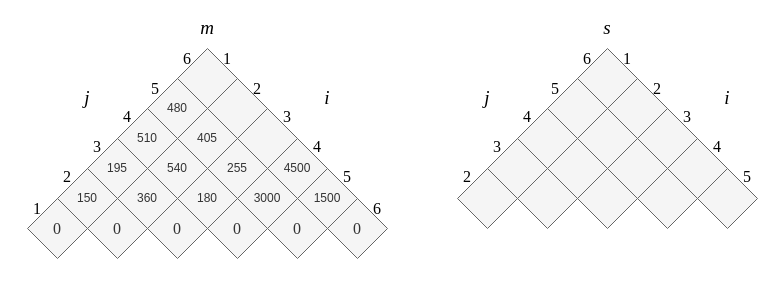
Above: HW10/HW10_Q1.drawio in edwardayala/Diagrams (draw.io), before the change. Source tidied: cells renumbered, new cells numbered last; positions are measured from the earlier drawing's top-left corner, leaving out a move shared by most shapes. Both pictures are drawn from the tidied source at 100%, with x=0, y=0 at pixel (17, 18).
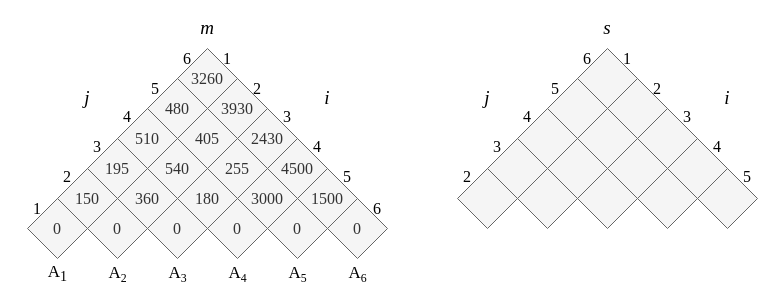
Above is the later version.

What changed in the source:
```diff
@@
-    <mxCell id="2" style="rhombus;whiteSpace=wrap;html=1;fillColor=#f5f5f5;strokeColor=#666666;fontColor=#333333;" parent="1" vertex="1">
+    <mxCell id="2" value="3260" style="rhombus;whiteSpace=wrap;html=1;fillColor=#f5f5f5;strokeColor=#666666;fontColor=#333333;fontFamily=Times New Roman;fontSize=16;" parent="1" vertex="1">
       <mxGeometry x="160" y="30" width="60" height="60" as="geometry" />
     </mxCell>
-    <mxCell id="3" style="rhombus;whiteSpace=wrap;html=1;fillColor=#f5f5f5;strokeColor=#666666;fontColor=#333333;" parent="1" vertex="1">
+    <mxCell id="3" value="3930" style="rhombus;whiteSpace=wrap;html=1;fillColor=#f5f5f5;strokeColor=#666666;fontColor=#333333;fontFamily=Times New Roman;fontSize=16;" parent="1" vertex="1">
       <mxGeometry x="190" y="60" width="60" height="60" as="geometry" />
     </mxCell>
-    <mxCell id="4" style="rhombus;whiteSpace=wrap;html=1;fillColor=#f5f5f5;strokeColor=#666666;fontColor=#333333;" parent="1" vertex="1">
+    <mxCell id="4" value="2430" style="rhombus;whiteSpace=wrap;html=1;fillColor=#f5f5f5;strokeColor=#666666;fontColor=#333333;fontFamily=Times New Roman;fontSize=16;" parent="1" vertex="1">
       <mxGeometry x="220" y="90" width="60" height="60" as="geometry" />
     </mxCell>
-    <mxCell id="5" value="4500" style="rhombus;whiteSpace=wrap;html=1;fillColor=#f5f5f5;strokeColor=#666666;fontColor=#333333;" parent="1" vertex="1">
+    <mxCell id="5" value="4500" style="rhombus;whiteSpace=wrap;html=1;fillColor=#f5f5f5;strokeColor=#666666;fontColor=#333333;fontFamily=Times New Roman;fontSize=16;" parent="1" vertex="1">
       <mxGeometry x="250" y="120" width="60" height="60" as="geometry" />
     </mxCell>
-    <mxCell id="6" value="1500" style="rhombus;whiteSpace=wrap;html=1;fillColor=#f5f5f5;strokeColor=#666666;fontColor=#333333;" parent="1" vertex="1">
+    <mxCell id="6" value="1500" style="rhombus;whiteSpace=wrap;html=1;fillColor=#f5f5f5;strokeColor=#666666;fontColor=#333333;fontFamily=Times New Roman;fontSize=16;" parent="1" vertex="1">
       <mxGeometry x="280" y="150" width="60" height="60" as="geometry" />
     </mxCell>
@@
-    <mxCell id="8" value="480" style="rhombus;whiteSpace=wrap;html=1;fillColor=#f5f5f5;strokeColor=#666666;fontColor=#333333;" parent="1" vertex="1">
+    <mxCell id="8" value="480" style="rhombus;whiteSpace=wrap;html=1;fillColor=#f5f5f5;strokeColor=#666666;fontColor=#333333;fontFamily=Times New Roman;fontSize=16;" parent="1" vertex="1">
       <mxGeometry x="130" y="60" width="60" height="60" as="geometry" />
     </mxCell>
-    <mxCell id="9" value="405" style="rhombus;whiteSpace=wrap;html=1;fillColor=#f5f5f5;strokeColor=#666666;fontColor=#333333;" parent="1" vertex="1">
+    <mxCell id="9" value="405" style="rhombus;whiteSpace=wrap;html=1;fillColor=#f5f5f5;strokeColor=#666666;fontColor=#333333;fontFamily=Times New Roman;fontSize=16;" parent="1" vertex="1">
       <mxGeometry x="160" y="90" width="60" height="60" as="geometry" />
     </mxCell>
-    <mxCell id="10" value="255" style="rhombus;whiteSpace=wrap;html=1;fillColor=#f5f5f5;strokeColor=#666666;fontColor=#333333;" parent="1" vertex="1">
+    <mxCell id="10" value="255" style="rhombus;whiteSpace=wrap;html=1;fillColor=#f5f5f5;strokeColor=#666666;fontColor=#333333;fontFamily=Times New Roman;fontSize=16;" parent="1" vertex="1">
       <mxGeometry x="190" y="120" width="60" height="60" as="geometry" />
     </mxCell>
-    <mxCell id="11" value="3000" style="rhombus;whiteSpace=wrap;html=1;fillColor=#f5f5f5;strokeColor=#666666;fontColor=#333333;" parent="1" vertex="1">
+    <mxCell id="11" value="3000" style="rhombus;whiteSpace=wrap;html=1;fillColor=#f5f5f5;strokeColor=#666666;fontColor=#333333;fontFamily=Times New Roman;fontSize=16;" parent="1" vertex="1">
       <mxGeometry x="220" y="150" width="60" height="60" as="geometry" />
     </mxCell>
@@
-    <mxCell id="13" value="510" style="rhombus;whiteSpace=wrap;html=1;fillColor=#f5f5f5;strokeColor=#666666;fontColor=#333333;" parent="1" vertex="1">
+    <mxCell id="13" value="510" style="rhombus;whiteSpace=wrap;html=1;fillColor=#f5f5f5;strokeColor=#666666;fontColor=#333333;fontFamily=Times New Roman;fontSize=16;" parent="1" vertex="1">
       <mxGeometry x="100" y="90" width="60" height="60" as="geometry" />
     </mxCell>
-    <mxCell id="14" value="540" style="rhombus;whiteSpace=wrap;html=1;fillColor=#f5f5f5;strokeColor=#666666;fontColor=#333333;" parent="1" vertex="1">
+    <mxCell id="14" value="540" style="rhombus;whiteSpace=wrap;html=1;fillColor=#f5f5f5;strokeColor=#666666;fontColor=#333333;fontFamily=Times New Roman;fontSize=16;" parent="1" vertex="1">
       <mxGeometry x="130" y="120" width="60" height="60" as="geometry" />
     </mxCell>
-    <mxCell id="15" value="180" style="rhombus;whiteSpace=wrap;html=1;fillColor=#f5f5f5;strokeColor=#666666;fontColor=#333333;" parent="1" vertex="1">
+    <mxCell id="15" value="180" style="rhombus;whiteSpace=wrap;html=1;fillColor=#f5f5f5;strokeColor=#666666;fontColor=#333333;fontFamily=Times New Roman;fontSize=16;" parent="1" vertex="1">
       <mxGeometry x="160" y="150" width="60" height="60" as="geometry" />
     </mxCell>
@@
-    <mxCell id="17" value="195" style="rhombus;whiteSpace=wrap;html=1;fillColor=#f5f5f5;strokeColor=#666666;fontColor=#333333;" parent="1" vertex="1">
+    <mxCell id="17" value="195" style="rhombus;whiteSpace=wrap;html=1;fillColor=#f5f5f5;strokeColor=#666666;fontColor=#333333;fontFamily=Times New Roman;fontSize=16;" parent="1" vertex="1">
       <mxGeometry x="70" y="120" width="60" height="60" as="geometry" />
     </mxCell>
-    <mxCell id="18" value="360" style="rhombus;whiteSpace=wrap;html=1;fillColor=#f5f5f5;strokeColor=#666666;fontColor=#333333;" parent="1" vertex="1">
+    <mxCell id="18" value="360" style="rhombus;whiteSpace=wrap;html=1;fillColor=#f5f5f5;strokeColor=#666666;fontColor=#333333;fontFamily=Times New Roman;fontSize=16;" parent="1" vertex="1">
       <mxGeometry x="100" y="150" width="60" height="60" as="geometry" />
     </mxCell>
@@
-    <mxCell id="20" value="150" style="rhombus;whiteSpace=wrap;html=1;fillColor=#f5f5f5;strokeColor=#666666;fontColor=#333333;" parent="1" vertex="1">
+    <mxCell id="20" value="150" style="rhombus;whiteSpace=wrap;html=1;fillColor=#f5f5f5;strokeColor=#666666;fontColor=#333333;fontFamily=Times New Roman;fontSize=16;" parent="1" vertex="1">
       <mxGeometry x="40" y="150" width="60" height="60" as="geometry" />
     </mxCell>
@@
+    <mxCell id="66" value="&lt;font style=&quot;font-size: 17px&quot;&gt;A&lt;sub&gt;1&lt;/sub&gt;&lt;/font&gt;" style="text;html=1;align=center;verticalAlign=middle;fontSize=16;fontFamily=Times New Roman;" parent="1" vertex="1">
+      <mxGeometry x="25" y="240" width="30" height="30" as="geometry" />
+    </mxCell>
+    <mxCell id="67" value="&lt;font style=&quot;font-size: 17px&quot;&gt;A&lt;/font&gt;&lt;font style=&quot;font-size: 14.1667px&quot;&gt;&lt;sub&gt;2&lt;/sub&gt;&lt;/font&gt;" style="text;html=1;align=center;verticalAlign=middle;fontSize=16;fontFamily=Times New Roman;" parent="1" vertex="1">
+      <mxGeometry x="85" y="240" width="30" height="30" as="geometry" />
+    </mxCell>
+    <mxCell id="68" value="&lt;font style=&quot;font-size: 17px&quot;&gt;A&lt;/font&gt;&lt;font style=&quot;font-size: 14.1667px&quot;&gt;&lt;sub&gt;3&lt;/sub&gt;&lt;/font&gt;" style="text;html=1;align=center;verticalAlign=middle;fontSize=16;fontFamily=Times New Roman;" parent="1" vertex="1">
+      <mxGeometry x="145" y="240" width="30" height="30" as="geometry" />
+    </mxCell>
+    <mxCell id="69" value="&lt;font style=&quot;font-size: 17px&quot;&gt;A&lt;/font&gt;&lt;font style=&quot;font-size: 14.1667px&quot;&gt;&lt;sub&gt;4&lt;/sub&gt;&lt;/font&gt;" style="text;html=1;align=center;verticalAlign=middle;fontSize=16;fontFamily=Times New Roman;" parent="1" vertex="1">
+      <mxGeometry x="205" y="240" width="30" height="30" as="geometry" />
+    </mxCell>
+    <mxCell id="70" value="&lt;font style=&quot;font-size: 17px&quot;&gt;A&lt;/font&gt;&lt;font style=&quot;font-size: 14.1667px&quot;&gt;&lt;sub&gt;5&lt;/sub&gt;&lt;/font&gt;" style="text;html=1;align=center;verticalAlign=middle;fontSize=16;fontFamily=Times New Roman;" parent="1" vertex="1">
+      <mxGeometry x="265" y="240" width="30" height="30" as="geometry" />
+    </mxCell>
+    <mxCell id="71" value="&lt;font style=&quot;font-size: 17px&quot;&gt;A&lt;/font&gt;&lt;font style=&quot;font-size: 14.1667px&quot;&gt;&lt;sub&gt;6&lt;/sub&gt;&lt;/font&gt;" style="text;html=1;align=center;verticalAlign=middle;fontSize=16;fontFamily=Times New Roman;" parent="1" vertex="1">
+      <mxGeometry x="325" y="240" width="30" height="30" as="geometry" />
+    </mxCell>
```
